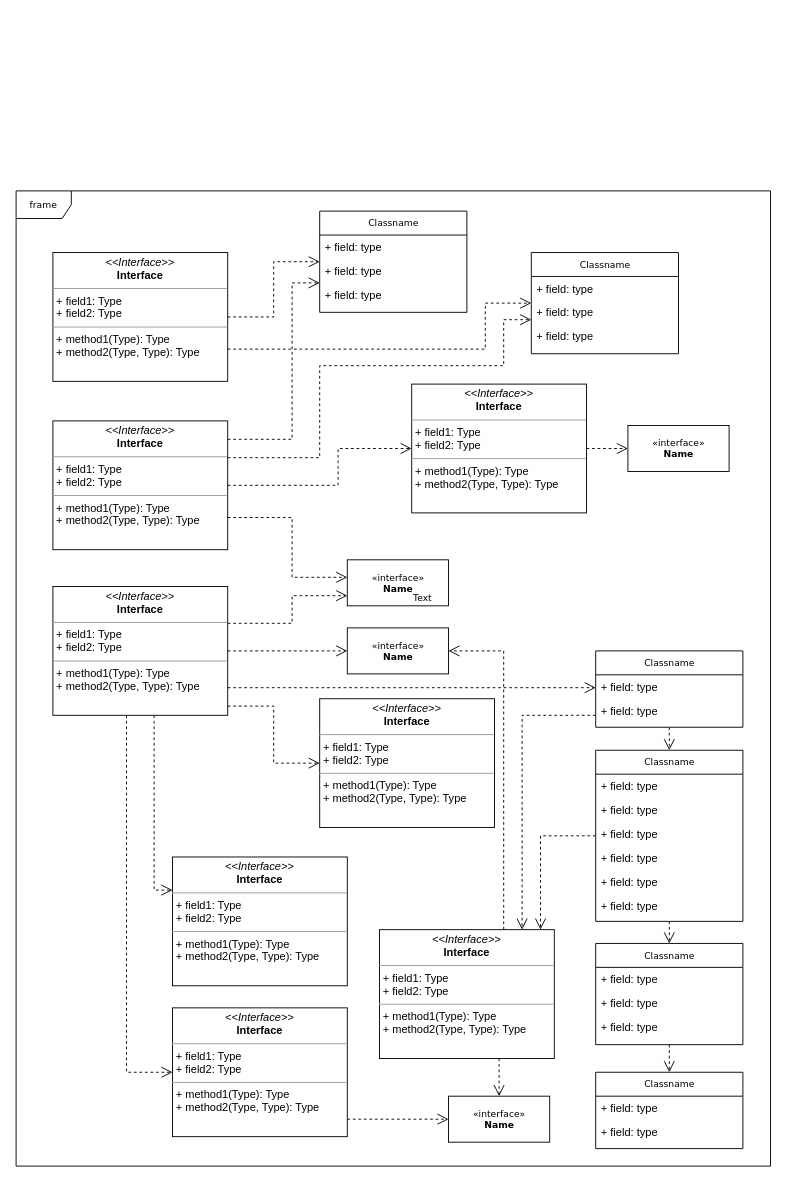
This is Untitled Diagram.drawio from christiankelechi/elibraryplatform, a draw.io file, before an edit. Source tidied: cells renumbered, new cells numbered last; positions are measured from the earlier drawing's top-left corner, leaving out a move shared by most shapes. Both pictures are drawn from the tidied source at 92%, with x=0, y=0 at pixel (16, 190).
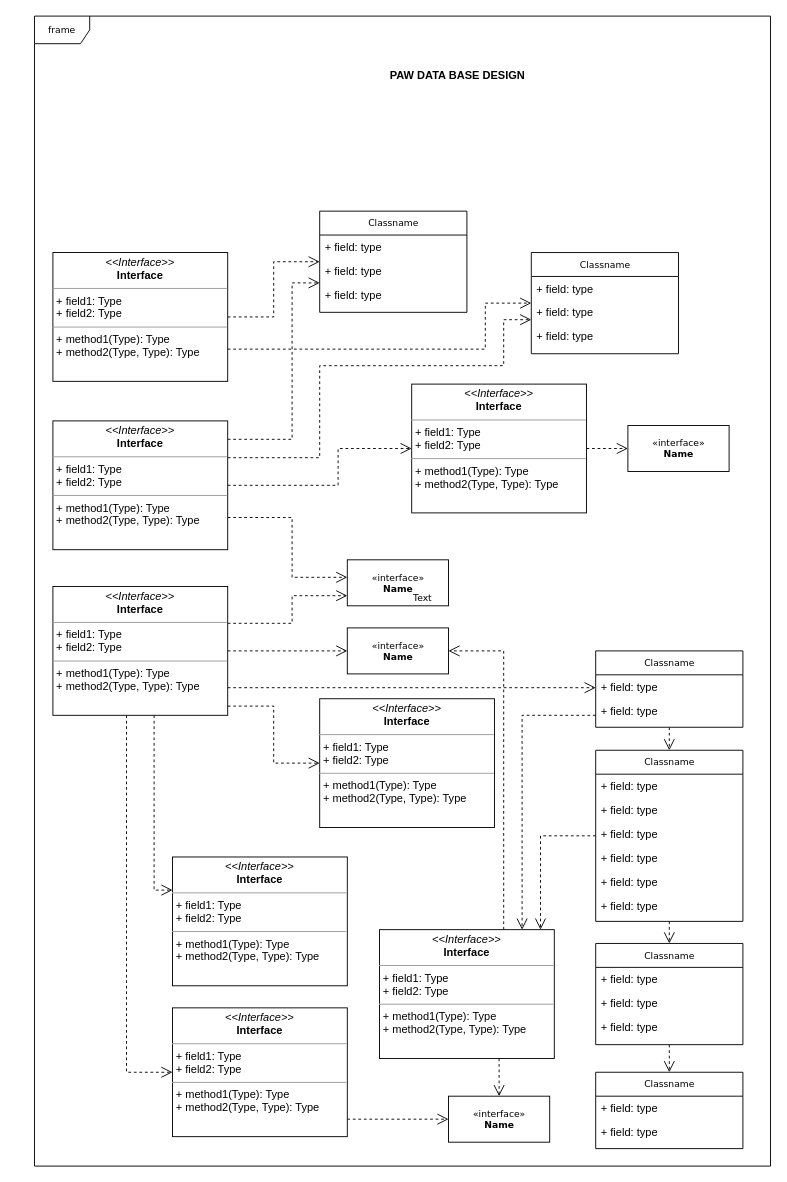
The same diagram, later.

Commit message:
started working on database desing for PAW project

What changed in the source:
```diff
@@
     <mxCell id="2" value="frame" style="shape=umlFrame;whiteSpace=wrap;html=1;rounded=0;shadow=0;comic=0;labelBackgroundColor=none;strokeWidth=1;fontFamily=Verdana;fontSize=10;align=center;" parent="1" vertex="1">
-      <mxGeometry width="820" height="1060" as="geometry" />
+      <mxGeometry x="20" y="-190" width="800" height="1250" as="geometry" />
     </mxCell>
@@
+    <mxCell id="62" value="&lt;b&gt;PAW DATA BASE DESIGN&lt;/b&gt;" style="text;strokeColor=none;align=center;fillColor=none;html=1;verticalAlign=middle;whiteSpace=wrap;rounded=0;" parent="1" vertex="1">
+      <mxGeometry x="370" y="-150" width="220" height="50" as="geometry" />
+    </mxCell>
```
